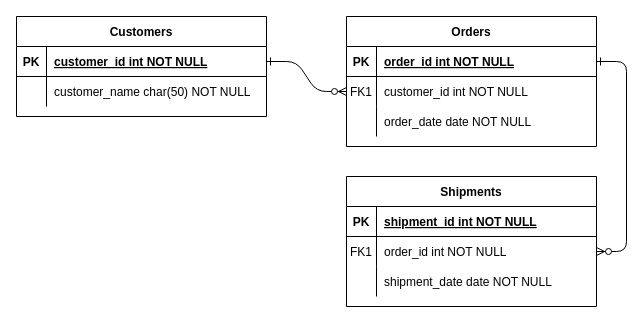
Before: QuanLiNhanVien.drawio in Mvt1927/MoHinhEr, a draw.io diagram. Source tidied: cells renumbered, new cells numbered last; positions are measured from the earlier drawing's top-left corner, leaving out a move shared by most shapes. Both pictures are drawn from the tidied source at 100%, with x=0, y=0 at pixel (16, 16).
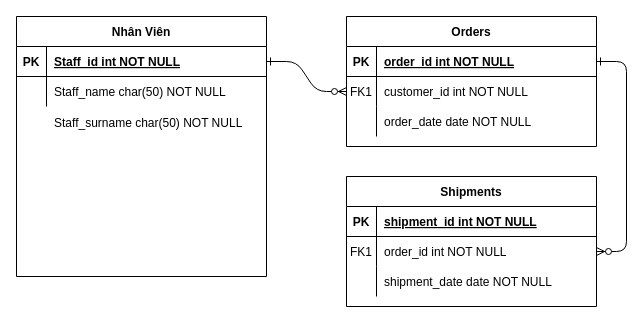
Above is the later version.

The change refers to these unchanged cells:
```xml
<mxCell id="25" style="shape=partialRectangle;fillColor=none;points=[[0,0.5],[1,0.5]];portConstraint=eastwest;top=0;left=0;right=0;bottom=1;" parent="24" vertex="1">
  <mxGeometry y="30" width="250" height="30" as="geometry" />
</mxCell>
<mxCell id="28" style="shape=partialRectangle;fillColor=none;top=0;left=0;right=0;bottom=0;" parent="24" vertex="1">
  <mxGeometry y="60" width="250" height="30" as="geometry" />
</mxCell>
```

Diff of the diagram source:
```diff
@@
-    <mxCell id="24" value="Customers" style="shape=table;startSize=30;childLayout=tableLayout;rowLines=0;fontStyle=1;align=center;" parent="1" vertex="1">
-      <mxGeometry width="250" height="100" as="geometry" />
+    <mxCell id="24" value="Nhân Viên" style="shape=table;startSize=30;childLayout=tableLayout;rowLines=0;fontStyle=1;align=center;" parent="1" vertex="1">
+      <mxGeometry width="250" height="260" as="geometry" />
     </mxCell>
@@
-    <mxCell id="27" value="customer_id int NOT NULL " style="shape=partialRectangle;overflow=hidden;fillColor=none;top=0;left=0;bottom=0;right=0;align=left;spacingLeft=6;fontStyle=5;" parent="25" vertex="1">
+    <mxCell id="27" value="Staff_id int NOT NULL " style="shape=partialRectangle;overflow=hidden;fillColor=none;top=0;left=0;bottom=0;right=0;align=left;spacingLeft=6;fontStyle=5;" parent="25" vertex="1">
       <mxGeometry x="30" width="220" height="30" as="geometry" />
     </mxCell>
@@
-    <mxCell id="30" value="customer_name char(50) NOT NULL" style="shape=partialRectangle;overflow=hidden;fillColor=none;top=0;left=0;bottom=0;right=0;align=left;spacingLeft=6;" parent="28" vertex="1">
+    <mxCell id="30" value="Staff_name char(50) NOT NULL" style="shape=partialRectangle;overflow=hidden;fillColor=none;top=0;left=0;bottom=0;right=0;align=left;spacingLeft=6;" parent="28" vertex="1">
       <mxGeometry x="30" width="220" height="30" as="geometry" />
     </mxCell>
+    <mxCell id="31" value="Staff_surname char(50) NOT NULL" style="shape=partialRectangle;overflow=hidden;fillColor=none;top=0;left=0;bottom=0;right=0;align=left;spacingLeft=6;" parent="1" vertex="1">
+      <mxGeometry x="30" y="91" width="220" height="30" as="geometry" />
+    </mxCell>
```
